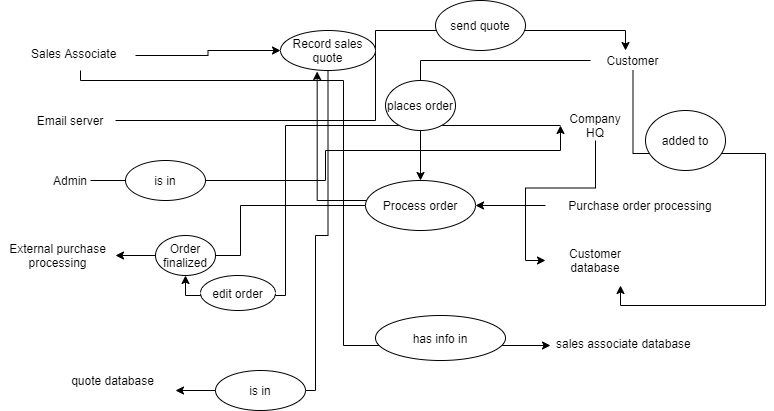
Before: Case use Ojas version.drawio.png, a diagram exported from draw.io (ojsi/CSCI467-project). Source tidied: cells renumbered, new cells last; positions are measured from the earlier drawing's top-left corner, leaving out a move shared by most shapes.
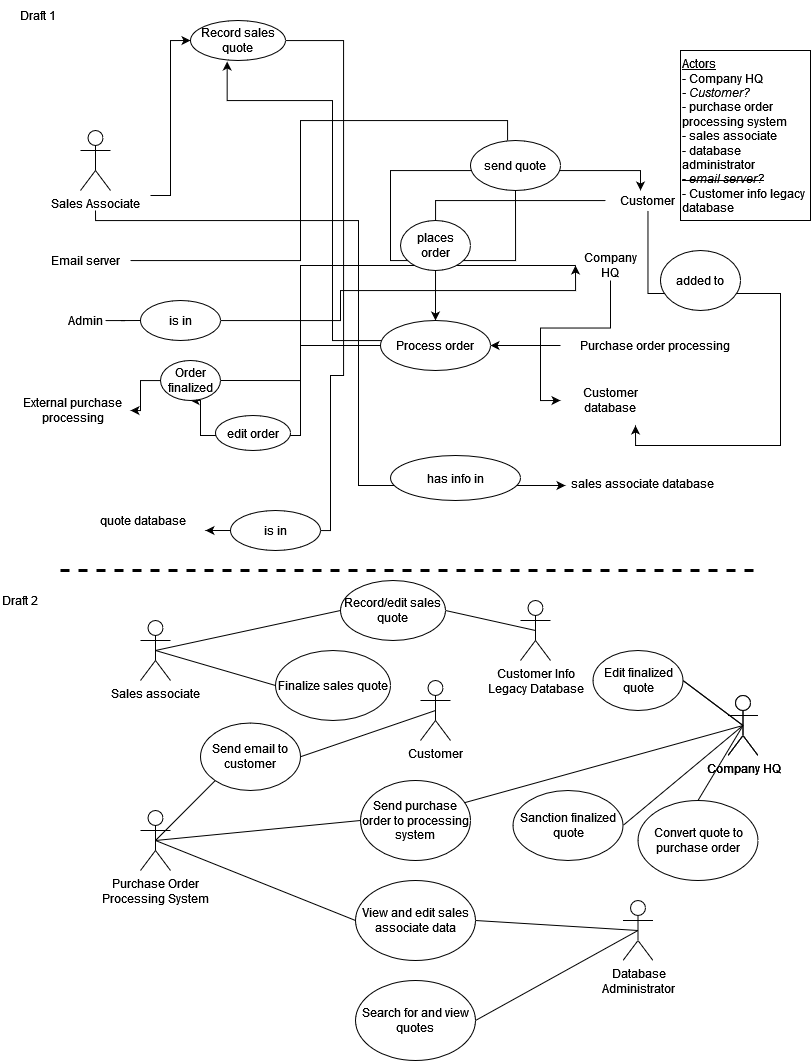
After the commit.

Commit message:
Uploaded 9/27 group edit of use case model

The edit, as a diff of the source:
```diff
@@ -2,11 +2,14 @@
   <root>
     <mxCell id="0" />
     <mxCell id="1" parent="0" />
-    <mxCell id="2" style="edgeStyle=orthogonalEdgeStyle;rounded=0;jettySize=auto;html=1;entryX=0;entryY=0.5;entryDx=0;entryDy=0;" parent="1" edge="1" source="4" target="18">
-      <mxGeometry relative="1" as="geometry" />
+    <mxCell id="2" style="edgeStyle=orthogonalEdgeStyle;rounded=0;jettySize=auto;html=1;entryX=0;entryY=0.5;entryDx=0;entryDy=0;" parent="1" edge="1" target="18">
+      <mxGeometry relative="1" as="geometry">
+        <mxPoint x="135" y="55" as="sourcePoint" />
+      </mxGeometry>
     </mxCell>
-    <mxCell id="3" style="edgeStyle=orthogonalEdgeStyle;rounded=0;jettySize=auto;html=1;entryX=0;entryY=0.5;entryDx=0;entryDy=0;" parent="1" edge="1" source="4" target="30">
+    <mxCell id="3" style="edgeStyle=orthogonalEdgeStyle;rounded=0;jettySize=auto;html=1;entryX=0;entryY=0.5;entryDx=0;entryDy=0;" parent="1" edge="1" target="30">
       <mxGeometry relative="1" as="geometry">
+        <mxPoint x="80" y="70" as="sourcePoint" />
         <Array as="points">
           <mxPoint x="80" y="80" />
           <mxPoint x="343" y="80" />
@@ -14,10 +17,7 @@
         </Array>
       </mxGeometry>
     </mxCell>
-    <mxCell id="4" value="Sales Associate" style="text;strokeColor=none;fillColor=none;align=left;verticalAlign=top;spacingLeft=4;spacingRight=4;overflow=hidden;points=[[0,0.5],[1,0.5]];portConstraint=eastwest;" parent="1" vertex="1">
-      <mxGeometry x="25" y="40" width="110" height="30" as="geometry" />
-    </mxCell>
-    <mxCell id="5" style="edgeStyle=orthogonalEdgeStyle;rounded=0;jettySize=auto;html=1;entryX=0.412;entryY=0;entryDx=0;entryDy=0;entryPerimeter=0;" parent="1" edge="1" source="6" target="11">
+    <mxCell id="5" style="edgeStyle=orthogonalEdgeStyle;rounded=0;jettySize=auto;html=1;entryX=0.412;entryY=0;entryDx=0;entryDy=0;entryPerimeter=0;startArrow=none;" parent="1" edge="1" source="24" target="11">
       <mxGeometry relative="1" as="geometry">
         <Array as="points">
           <mxPoint x="375" y="120" />
@@ -88,7 +88,7 @@
       </mxGeometry>
     </mxCell>
     <mxCell id="18" value="Record sales quote" style="ellipse;whiteSpace=wrap;html=1;" parent="1" vertex="1">
-      <mxGeometry x="280" y="30" width="95" height="40" as="geometry" />
+      <mxGeometry x="175" y="-120" width="95" height="40" as="geometry" />
     </mxCell>
     <mxCell id="19" style="endArrow=classic;html=1;exitX=0;exitY=0.5;exitDx=0;exitDy=0;" parent="1" edge="1" source="16">
       <mxGeometry relative="1" as="geometry">
@@ -99,10 +99,12 @@
       <mxGeometry relative="1" as="geometry">
         <Array as="points">
           <mxPoint x="317" y="200" />
+          <mxPoint x="317" y="-40" />
+          <mxPoint x="212" y="-40" />
         </Array>
       </mxGeometry>
     </mxCell>
-    <mxCell id="21" style="edgeStyle=orthogonalEdgeStyle;rounded=0;jettySize=auto;html=1;entryX=1;entryY=0.5;entryDx=0;entryDy=0;" parent="1" edge="1" source="22" target="25">
+    <mxCell id="21" style="edgeStyle=orthogonalEdgeStyle;rounded=0;jettySize=auto;html=1;entryX=1;entryY=0.5;entryDx=0;entryDy=0;startArrow=none;" parent="1" edge="1" source="26" target="25">
       <mxGeometry relative="1" as="geometry" />
     </mxCell>
     <mxCell id="22" value="Process order" style="ellipse;whiteSpace=wrap;html=1;" parent="1" vertex="1">
@@ -111,15 +113,9 @@
     <mxCell id="23" value="places order" style="ellipse;whiteSpace=wrap;html=1;" parent="1" vertex="1">
       <mxGeometry x="385" y="80" width="70" height="50" as="geometry" />
     </mxCell>
-    <mxCell id="24" value="send quote" style="ellipse;whiteSpace=wrap;html=1;" parent="1" vertex="1">
-      <mxGeometry x="435" width="90" height="50" as="geometry" />
-    </mxCell>
     <mxCell id="25" value="External purchase processing" style="text;html=1;strokeColor=none;fillColor=none;align=center;verticalAlign=middle;whiteSpace=wrap;rounded=0;" parent="1" vertex="1">
-      <mxGeometry y="220" width="115" height="70" as="geometry" />
+      <mxGeometry y="235" width="115" height="70" as="geometry" />
     </mxCell>
-    <mxCell id="26" value="Order finalized" style="ellipse;whiteSpace=wrap;html=1;" parent="1" vertex="1">
-      <mxGeometry x="155" y="235" width="60" height="40" as="geometry" />
-    </mxCell>
     <mxCell id="27" value="Customer database" style="text;html=1;strokeColor=none;fillColor=none;align=center;verticalAlign=middle;whiteSpace=wrap;rounded=0;" parent="1" vertex="1">
       <mxGeometry x="545" y="235" width="100" height="50" as="geometry" />
     </mxCell>
@@ -127,7 +123,7 @@
       <mxGeometry x="645" y="110" width="80" height="60" as="geometry" />
     </mxCell>
     <mxCell id="29" value="quote database" style="text;html=1;strokeColor=none;fillColor=none;align=center;verticalAlign=middle;whiteSpace=wrap;rounded=0;" parent="1" vertex="1">
-      <mxGeometry x="50" y="360" width="125" height="40" as="geometry" />
+      <mxGeometry x="65" y="360" width="125" height="40" as="geometry" />
     </mxCell>
     <mxCell id="30" value="sales associate database" style="text;strokeColor=none;fillColor=none;align=left;verticalAlign=top;spacingLeft=4;spacingRight=4;overflow=hidden;points=[[0,0.5],[1,0.5]];portConstraint=eastwest;" parent="1" vertex="1">
       <mxGeometry x="550" y="330" width="165" height="30" as="geometry" />
@@ -147,5 +143,127 @@
     <mxCell id="35" value="edit order" style="ellipse;whiteSpace=wrap;html=1;" parent="1" vertex="1">
       <mxGeometry x="200" y="275" width="75" height="35" as="geometry" />
     </mxCell>
+    <mxCell id="4" value="Sales Associate" style="shape=umlActor;verticalLabelPosition=bottom;verticalAlign=top;html=1;outlineConnect=0;hachureGap=4;" parent="1" vertex="1">
+      <mxGeometry x="65" y="-10" width="30" height="60" as="geometry" />
+    </mxCell>
+    <mxCell id="36" value="&lt;div&gt;&lt;u&gt;Actors&lt;/u&gt;&lt;br&gt;&lt;/div&gt;&lt;div&gt;- Company HQ&lt;/div&gt;&lt;div&gt;&lt;i&gt;- Customer?&lt;/i&gt;&lt;/div&gt;&lt;div&gt;- purchase order processing system&lt;/div&gt;&lt;div&gt;- sales associate&lt;/div&gt;&lt;div&gt;- database administrator&lt;br&gt;&lt;/div&gt;&lt;div&gt;&lt;strike&gt;- &lt;i&gt;email server?&lt;/i&gt;&lt;/strike&gt;&lt;/div&gt;&lt;div&gt;- Customer info legacy database&lt;br&gt;&lt;/div&gt;" style="rounded=0;whiteSpace=wrap;html=1;hachureGap=4;align=left;verticalAlign=top;" parent="1" vertex="1">
+      <mxGeometry x="665" y="-90" width="130" height="170" as="geometry" />
+    </mxCell>
+    <mxCell id="24" value="send quote" style="ellipse;whiteSpace=wrap;html=1;" parent="1" vertex="1">
+      <mxGeometry x="455" width="90" height="50" as="geometry" />
+    </mxCell>
+    <mxCell id="37" style="edgeStyle=orthogonalEdgeStyle;rounded=0;jettySize=auto;html=1;entryX=0.412;entryY=0;entryDx=0;entryDy=0;entryPerimeter=0;endArrow=none;" parent="1" edge="1" source="6" target="24">
+      <mxGeometry relative="1" as="geometry" />
+    </mxCell>
+    <mxCell id="26" value="Order finalized" style="ellipse;whiteSpace=wrap;html=1;" parent="1" vertex="1">
+      <mxGeometry x="145" y="220" width="60" height="40" as="geometry" />
+    </mxCell>
+    <mxCell id="38" style="edgeStyle=orthogonalEdgeStyle;rounded=0;jettySize=auto;html=1;entryX=1;entryY=0.5;entryDx=0;entryDy=0;endArrow=none;" parent="1" edge="1" source="22" target="26">
+      <mxGeometry relative="1" as="geometry" />
+    </mxCell>
+    <mxCell id="39" style="edgeStyle=none;curved=1;rounded=0;jettySize=auto;html=1;exitX=0.5;exitY=0.5;exitDx=0;exitDy=0;exitPerimeter=0;endArrow=none;endFill=0;startSize=14;endSize=14;sourcePerimeterSpacing=8;targetPerimeterSpacing=8;strokeWidth=1;entryX=0;entryY=0.5;entryDx=0;entryDy=0;" parent="1" edge="1" source="40" target="51">
+      <mxGeometry relative="1" as="geometry" />
+    </mxCell>
+    <mxCell id="40" value="Sales associate" style="shape=umlActor;verticalLabelPosition=bottom;verticalAlign=top;html=1;outlineConnect=0;hachureGap=4;" parent="1" vertex="1">
+      <mxGeometry x="125" y="480" width="30" height="60" as="geometry" />
+    </mxCell>
+    <mxCell id="41" style="endArrow=none;dashed=1;html=1;startSize=14;endSize=14;sourcePerimeterSpacing=8;targetPerimeterSpacing=8;spacing=2;strokeWidth=3;" parent="1" edge="1">
+      <mxGeometry relative="1" as="geometry">
+        <mxPoint x="45" y="430" as="sourcePoint" />
+        <mxPoint x="745" y="430" as="targetPoint" />
+      </mxGeometry>
+    </mxCell>
+    <mxCell id="42" value="&lt;div&gt;Database&lt;/div&gt;&lt;div&gt;Administrator&lt;/div&gt;" style="shape=umlActor;verticalLabelPosition=bottom;verticalAlign=top;html=1;outlineConnect=0;hachureGap=4;" parent="1" vertex="1">
+      <mxGeometry x="607.5" y="760" width="30" height="60" as="geometry" />
+    </mxCell>
+    <mxCell id="43" style="edgeStyle=none;curved=1;rounded=0;jettySize=auto;html=1;exitX=0.5;exitY=0.5;exitDx=0;exitDy=0;exitPerimeter=0;entryX=0.942;entryY=0.279;entryDx=0;entryDy=0;entryPerimeter=0;endArrow=none;endFill=0;startSize=14;endSize=14;sourcePerimeterSpacing=8;targetPerimeterSpacing=8;strokeWidth=1;" parent="1" edge="1" source="44" target="60">
+      <mxGeometry relative="1" as="geometry" />
+    </mxCell>
+    <mxCell id="44" value="Company HQ" style="shape=umlActor;verticalLabelPosition=bottom;verticalAlign=top;html=1;outlineConnect=0;hachureGap=4;" parent="1" vertex="1">
+      <mxGeometry x="712.5" y="555" width="30" height="60" as="geometry" />
+    </mxCell>
+    <mxCell id="45" value="&lt;div&gt;Purchase Order&lt;/div&gt;&lt;div&gt;Processing System&lt;br&gt;&lt;/div&gt;" style="shape=umlActor;verticalLabelPosition=bottom;verticalAlign=top;html=1;outlineConnect=0;hachureGap=4;" parent="1" vertex="1">
+      <mxGeometry x="125" y="670" width="30" height="60" as="geometry" />
+    </mxCell>
+    <mxCell id="46" value="Customer" style="shape=umlActor;verticalLabelPosition=bottom;verticalAlign=top;html=1;outlineConnect=0;hachureGap=4;" parent="1" vertex="1">
+      <mxGeometry x="405" y="540" width="30" height="60" as="geometry" />
+    </mxCell>
+    <mxCell id="47" style="edgeStyle=none;curved=1;rounded=0;jettySize=auto;html=1;exitX=0.5;exitY=0.5;exitDx=0;exitDy=0;exitPerimeter=0;entryX=1;entryY=0.5;entryDx=0;entryDy=0;endArrow=none;endFill=0;startSize=14;endSize=14;sourcePerimeterSpacing=8;targetPerimeterSpacing=8;strokeWidth=1;" parent="1" edge="1" source="48" target="49">
+      <mxGeometry relative="1" as="geometry" />
+    </mxCell>
+    <mxCell id="48" value="&lt;div&gt;Customer Info&lt;/div&gt;&lt;div&gt;Legacy Database&lt;/div&gt;" style="shape=umlActor;verticalLabelPosition=bottom;verticalAlign=top;html=1;outlineConnect=0;hachureGap=4;" parent="1" vertex="1">
+      <mxGeometry x="505" y="460" width="30" height="60" as="geometry" />
+    </mxCell>
+    <mxCell id="49" value="Record/edit sales quote" style="ellipse;whiteSpace=wrap;html=1;hachureGap=4;" parent="1" vertex="1">
+      <mxGeometry x="325" y="440" width="105" height="60" as="geometry" />
+    </mxCell>
+    <mxCell id="50" style="endArrow=none;html=1;startSize=14;endSize=14;sourcePerimeterSpacing=8;targetPerimeterSpacing=8;exitX=0.5;exitY=0.5;exitDx=0;exitDy=0;exitPerimeter=0;entryX=0;entryY=0.5;entryDx=0;entryDy=0;" parent="1" edge="1" source="40" target="49">
+      <mxGeometry relative="1" as="geometry" />
+    </mxCell>
+    <mxCell id="51" value="&lt;div&gt;Finalize sales quote&lt;/div&gt;" style="ellipse;whiteSpace=wrap;html=1;hachureGap=4;align=center;verticalAlign=middle;" parent="1" vertex="1">
+      <mxGeometry x="260" y="510" width="115" height="70" as="geometry" />
+    </mxCell>
+    <mxCell id="52" value="Sanction finalized quote" style="ellipse;whiteSpace=wrap;html=1;hachureGap=4;" parent="1" vertex="1">
+      <mxGeometry x="497.5" y="650" width="110" height="70" as="geometry" />
+    </mxCell>
+    <mxCell id="53" style="endArrow=none;html=1;startSize=14;endSize=14;sourcePerimeterSpacing=8;targetPerimeterSpacing=8;entryX=0.5;entryY=0.5;entryDx=0;entryDy=0;entryPerimeter=0;exitX=1;exitY=0.5;exitDx=0;exitDy=0;" parent="1" edge="1" source="52" target="44">
+      <mxGeometry relative="1" as="geometry" />
+    </mxCell>
+    <mxCell id="54" style="endArrow=none;html=1;startSize=14;endSize=14;sourcePerimeterSpacing=8;targetPerimeterSpacing=8;entryX=0.5;entryY=0.5;entryDx=0;entryDy=0;entryPerimeter=0;exitX=1;exitY=0.5;exitDx=0;exitDy=0;" parent="1" edge="1" target="44">
+      <mxGeometry relative="1" as="geometry">
+        <mxPoint x="667.5" y="540" as="sourcePoint" />
+      </mxGeometry>
+    </mxCell>
+    <mxCell id="55" value="Convert quote to purchase order" style="ellipse;whiteSpace=wrap;html=1;hachureGap=4;" parent="1" vertex="1">
+      <mxGeometry x="622.5" y="660" width="120" height="80" as="geometry" />
+    </mxCell>
+    <mxCell id="56" style="endArrow=none;html=1;startSize=14;endSize=14;sourcePerimeterSpacing=8;targetPerimeterSpacing=8;exitX=0.5;exitY=0;exitDx=0;exitDy=0;entryX=0.5;entryY=0.5;entryDx=0;entryDy=0;entryPerimeter=0;" parent="1" edge="1" source="55" target="67">
+      <mxGeometry relative="1" as="geometry" />
+    </mxCell>
+    <mxCell id="57" style="edgeStyle=none;curved=1;rounded=0;jettySize=auto;html=1;exitX=0;exitY=1;exitDx=0;exitDy=0;entryX=0.5;entryY=0.5;entryDx=0;entryDy=0;entryPerimeter=0;endArrow=none;endFill=0;startSize=14;endSize=14;sourcePerimeterSpacing=8;targetPerimeterSpacing=8;strokeWidth=1;" parent="1" edge="1" source="58" target="45">
+      <mxGeometry relative="1" as="geometry" />
+    </mxCell>
+    <mxCell id="58" value="Send email to customer" style="ellipse;whiteSpace=wrap;html=1;hachureGap=4;" parent="1" vertex="1">
+      <mxGeometry x="185" y="582.5" width="100" height="67.5" as="geometry" />
+    </mxCell>
+    <mxCell id="59" style="edgeStyle=none;curved=1;rounded=0;jettySize=auto;html=1;exitX=0;exitY=0.5;exitDx=0;exitDy=0;entryX=0.5;entryY=0.5;entryDx=0;entryDy=0;entryPerimeter=0;endArrow=none;endFill=0;startSize=14;endSize=14;sourcePerimeterSpacing=8;targetPerimeterSpacing=8;strokeWidth=1;" parent="1" edge="1" source="60" target="45">
+      <mxGeometry relative="1" as="geometry" />
+    </mxCell>
+    <mxCell id="60" value="Send purchase order to processing system" style="ellipse;whiteSpace=wrap;html=1;hachureGap=4;align=center;verticalAlign=middle;fontStyle=0;" parent="1" vertex="1">
+      <mxGeometry x="345" y="640" width="110" height="80" as="geometry" />
+    </mxCell>
+    <mxCell id="61" value="View and edit sales associate data" style="ellipse;whiteSpace=wrap;html=1;hachureGap=4;" parent="1" vertex="1">
+      <mxGeometry x="340" y="740" width="120" height="80" as="geometry" />
+    </mxCell>
+    <mxCell id="62" style="endArrow=none;html=1;startSize=14;endSize=14;sourcePerimeterSpacing=8;targetPerimeterSpacing=8;entryX=1;entryY=0.5;entryDx=0;entryDy=0;exitX=0.5;exitY=0.5;exitDx=0;exitDy=0;exitPerimeter=0;" parent="1" edge="1" source="46" target="58">
+      <mxGeometry relative="1" as="geometry" />
+    </mxCell>
+    <mxCell id="63" style="endArrow=none;html=1;startSize=14;endSize=14;sourcePerimeterSpacing=8;targetPerimeterSpacing=8;entryX=0.5;entryY=0.5;entryDx=0;entryDy=0;entryPerimeter=0;exitX=0;exitY=0.5;exitDx=0;exitDy=0;" parent="1" edge="1" source="61" target="45">
+      <mxGeometry relative="1" as="geometry" />
+    </mxCell>
+    <mxCell id="64" style="endArrow=none;html=1;startSize=14;endSize=14;sourcePerimeterSpacing=8;targetPerimeterSpacing=8;exitX=0.5;exitY=0.5;exitDx=0;exitDy=0;exitPerimeter=0;entryX=1;entryY=0.5;entryDx=0;entryDy=0;" parent="1" edge="1" source="42" target="61">
+      <mxGeometry relative="1" as="geometry" />
+    </mxCell>
+    <mxCell id="65" value="Search for and view quotes" style="ellipse;whiteSpace=wrap;html=1;hachureGap=4;" parent="1" vertex="1">
+      <mxGeometry x="340" y="840" width="120" height="80" as="geometry" />
+    </mxCell>
+    <mxCell id="66" style="endArrow=none;html=1;startSize=14;endSize=14;sourcePerimeterSpacing=8;targetPerimeterSpacing=8;exitX=0.5;exitY=0.5;exitDx=0;exitDy=0;exitPerimeter=0;entryX=1;entryY=0.5;entryDx=0;entryDy=0;" parent="1" edge="1" source="42" target="65">
+      <mxGeometry relative="1" as="geometry" />
+    </mxCell>
+    <mxCell id="67" value="Company HQ" style="shape=umlActor;verticalLabelPosition=bottom;verticalAlign=top;html=1;outlineConnect=0;hachureGap=4;" parent="1" vertex="1">
+      <mxGeometry x="712.5" y="555" width="30" height="60" as="geometry" />
+    </mxCell>
+    <mxCell id="68" style="endArrow=none;html=1;startSize=14;endSize=14;sourcePerimeterSpacing=8;targetPerimeterSpacing=8;entryX=0.5;entryY=0.5;entryDx=0;entryDy=0;entryPerimeter=0;exitX=1;exitY=0.5;exitDx=0;exitDy=0;" parent="1" edge="1" source="69" target="67">
+      <mxGeometry relative="1" as="geometry" />
+    </mxCell>
+    <mxCell id="69" value="Edit finalized quote" style="ellipse;whiteSpace=wrap;html=1;hachureGap=4;fontStyle=0;" parent="1" vertex="1">
+      <mxGeometry x="577.5" y="510" width="90" height="60" as="geometry" />
+    </mxCell>
+    <mxCell id="70" value="Draft 1" style="text;html=1;strokeColor=none;fillColor=none;align=center;verticalAlign=middle;whiteSpace=wrap;rounded=0;hachureGap=4;" parent="1" vertex="1">
+      <mxGeometry y="-140" width="45" height="30" as="geometry" />
+    </mxCell>
+    <mxCell id="71" value="Draft 2" style="text;html=1;strokeColor=none;fillColor=none;align=center;verticalAlign=middle;whiteSpace=wrap;rounded=0;hachureGap=4;" parent="1" vertex="1">
+      <mxGeometry x="-15" y="450" width="40" height="20" as="geometry" />
+    </mxCell>
   </root>
 </mxGraphModel>
```
